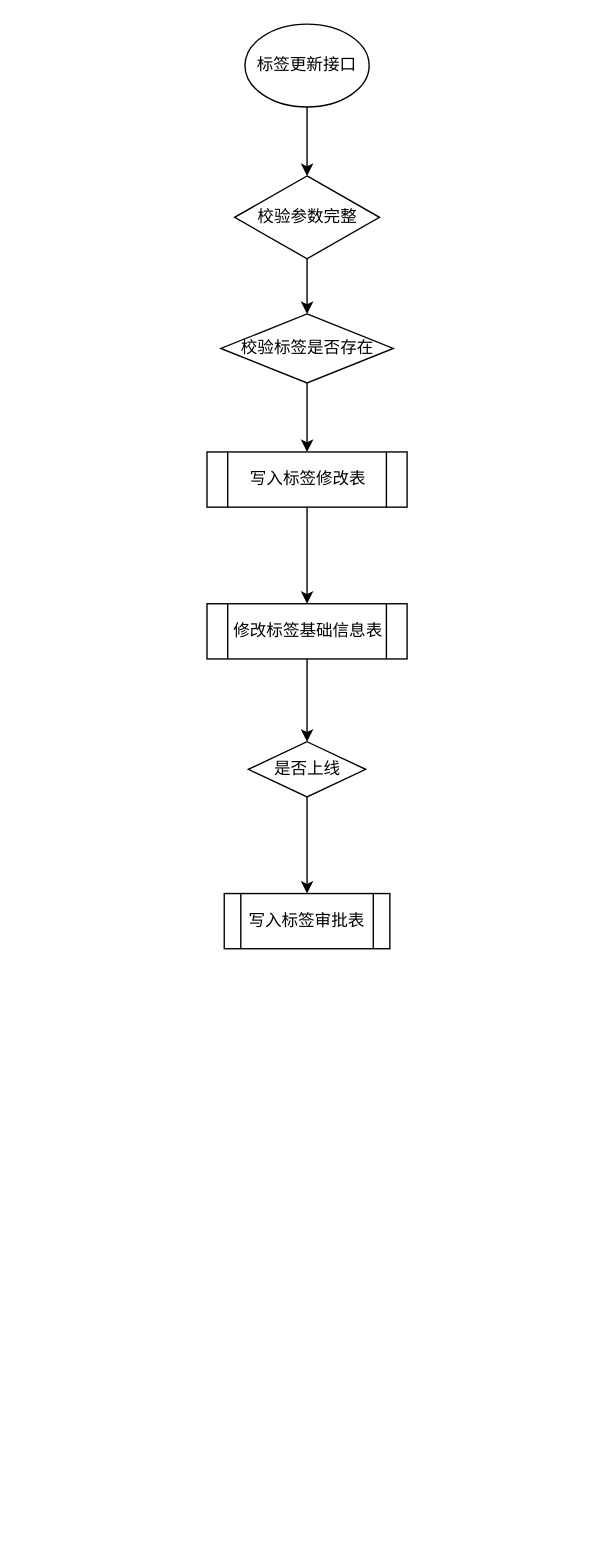
This is 标签更新接口流程图.drawio from 1418956397/JavaWeb-Project-Source-Share, a draw.io file, before an edit. Source tidied: cells renumbered, new cells numbered last; positions are measured from the earlier drawing's top-left corner, leaving out a move shared by most shapes. Both pictures are drawn from the tidied source at 138%, with x=0, y=0 at pixel (206, 23).
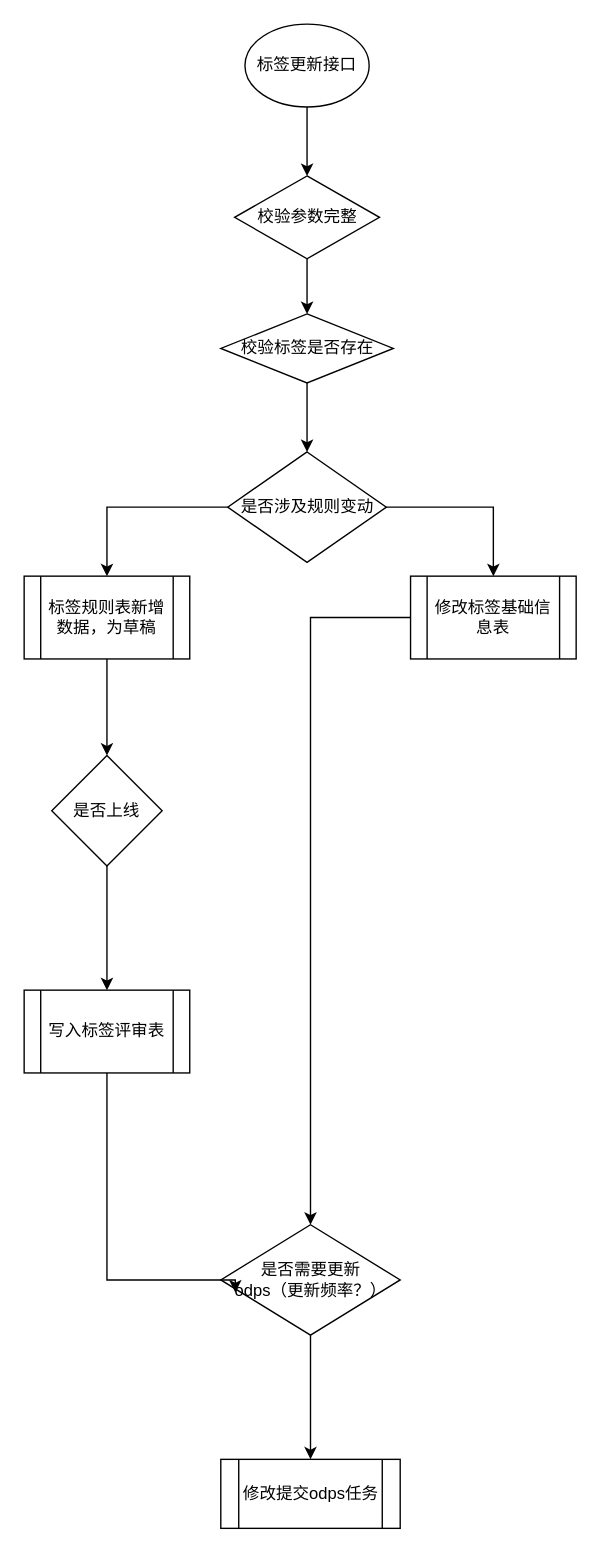
The same diagram, later.

Commit message:
更新标签更新接口流程图.drawio

Change to the diagram source:
```diff
@@
-    <mxCell id="8" style="edgeStyle=orthogonalEdgeStyle;rounded=0;jettySize=auto;html=1;" parent="1" edge="1" source="9" target="14">
-      <mxGeometry relative="1" as="geometry" />
-    </mxCell>
-    <mxCell id="9" value="写入标签修改表" style="shape=process;whiteSpace=wrap;html=1;backgroundOutline=1;" parent="1" vertex="1">
-      <mxGeometry x="0.5" y="310" width="145" height="40" as="geometry" />
-    </mxCell>
-    <mxCell id="10" style="edgeStyle=orthogonalEdgeStyle;rounded=0;jettySize=auto;html=1;" parent="1" edge="1" source="11" target="12">
-      <mxGeometry relative="1" as="geometry" />
-    </mxCell>
+    <mxCell id="15" style="edgeStyle=orthogonalEdgeStyle;rounded=0;jettySize=auto;html=1;" parent="1" edge="1" source="17" target="19">
+      <mxGeometry relative="1" as="geometry" />
+    </mxCell>
+    <mxCell id="16" style="edgeStyle=orthogonalEdgeStyle;rounded=0;jettySize=auto;html=1;" parent="1" edge="1" source="17" target="14">
+      <mxGeometry relative="1" as="geometry" />
+    </mxCell>
+    <mxCell id="17" value="是否涉及规则变动" style="rhombus;whiteSpace=wrap;html=1;" parent="1" vertex="1">
+      <mxGeometry x="15.5" y="310" width="115" height="80" as="geometry" />
+    </mxCell>
+    <mxCell id="18" style="edgeStyle=orthogonalEdgeStyle;rounded=0;jettySize=auto;html=1;" parent="1" edge="1" source="19" target="11">
+      <mxGeometry relative="1" as="geometry" />
+    </mxCell>
+    <mxCell id="19" value="标签规则表新增数据，为草稿" style="shape=process;whiteSpace=wrap;html=1;backgroundOutline=1;" parent="1" vertex="1">
+      <mxGeometry x="-132" y="400" width="120" height="60" as="geometry" />
+    </mxCell>
+    <mxCell id="20" style="edgeStyle=orthogonalEdgeStyle;rounded=0;jettySize=auto;html=1;" parent="1" edge="1" source="14" target="24">
+      <mxGeometry relative="1" as="geometry" />
+    </mxCell>
+    <mxCell id="14" value="修改标签基础信息表" style="shape=process;whiteSpace=wrap;html=1;backgroundOutline=1;" parent="1" vertex="1">
+      <mxGeometry x="148" y="400" width="120" height="60" as="geometry" />
+    </mxCell>
+    <mxCell id="21" style="edgeStyle=orthogonalEdgeStyle;rounded=0;jettySize=auto;html=1;" parent="1" edge="1" source="11" target="22">
+      <mxGeometry relative="1" as="geometry" />
+    </mxCell>
     <mxCell id="11" value="是否上线" style="rhombus;whiteSpace=wrap;html=1;" parent="1" vertex="1">
-      <mxGeometry x="30.5" y="520" width="85" height="40" as="geometry" />
+      <mxGeometry x="-112" y="530" width="80" height="80" as="geometry" />
     </mxCell>
-    <mxCell id="12" value="写入标签审批表" style="shape=process;whiteSpace=wrap;html=1;backgroundOutline=1;" parent="1" vertex="1">
-      <mxGeometry x="13" y="630" width="120" height="40" as="geometry" />
-    </mxCell>
-    <mxCell id="13" style="edgeStyle=orthogonalEdgeStyle;rounded=0;jettySize=auto;html=1;" parent="1" edge="1" source="14" target="11">
-      <mxGeometry relative="1" as="geometry" />
-    </mxCell>
-    <mxCell id="14" value="修改标签基础信息表" style="shape=process;whiteSpace=wrap;html=1;backgroundOutline=1;" parent="1" vertex="1">
-      <mxGeometry x="0.5" y="420" width="145" height="40" as="geometry" />
-    </mxCell>
+    <mxCell id="22" value="写入标签评审表" style="shape=process;whiteSpace=wrap;html=1;backgroundOutline=1;" parent="1" vertex="1">
+      <mxGeometry x="-132" y="700" width="120" height="60" as="geometry" />
+    </mxCell>
+    <mxCell id="23" style="edgeStyle=orthogonalEdgeStyle;rounded=0;jettySize=auto;html=1;" parent="1" edge="1" source="24" target="25">
+      <mxGeometry relative="1" as="geometry" />
+    </mxCell>
+    <mxCell id="24" value="是否需要更新&lt;div&gt;odps（更新频率？）&lt;/div&gt;" style="rhombus;whiteSpace=wrap;html=1;" parent="1" vertex="1">
+      <mxGeometry x="10.5" y="870" width="130" height="80" as="geometry" />
+    </mxCell>
+    <mxCell id="25" value="修改提交odps任务" style="shape=process;whiteSpace=wrap;html=1;backgroundOutline=1;" parent="1" vertex="1">
+      <mxGeometry x="10.5" y="1040" width="130" height="50" as="geometry" />
+    </mxCell>
+    <mxCell id="26" style="edgeStyle=orthogonalEdgeStyle;rounded=0;jettySize=auto;html=1;entryX=0.081;entryY=0.613;entryDx=0;entryDy=0;entryPerimeter=0;" parent="1" edge="1" source="22" target="24">
+      <mxGeometry relative="1" as="geometry">
+        <Array as="points">
+          <mxPoint x="-72" y="910" />
+          <mxPoint x="21" y="910" />
+        </Array>
+      </mxGeometry>
+    </mxCell>
```
